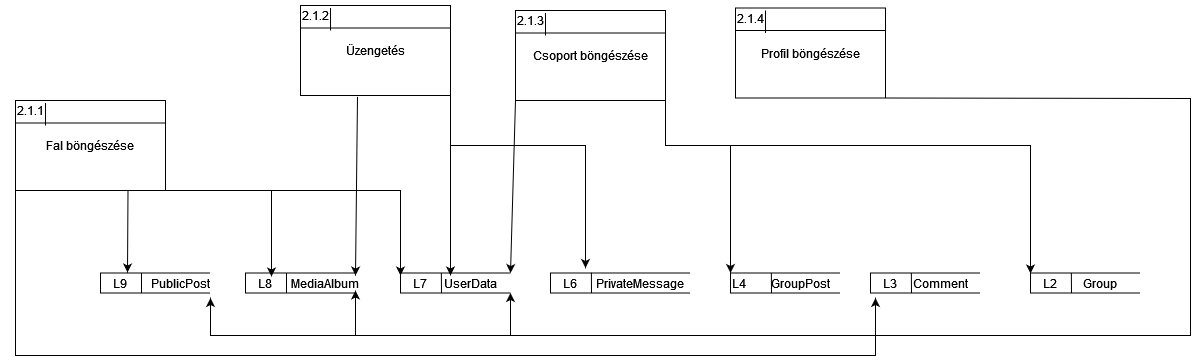
AasinR/post-request keeps this draw.io diagram as documentation/diagrams/adatfolyam 3 L.drawio.png. Above is the earlier version. Source tidied: cells renumbered, new cells last; positions are measured from the earlier drawing's top-left corner, leaving out a move shared by most shapes.
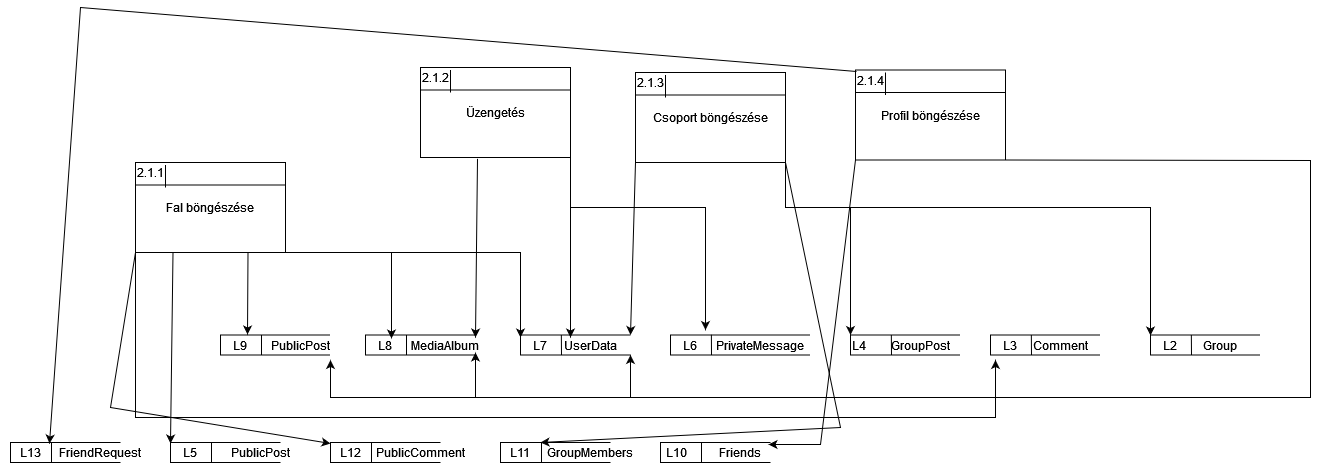
Later version of the same file.

Change to the diagram source:
```diff
@@ -5,11 +5,11 @@
     <mxCell id="2" style="strokeWidth=1;html=1;shape=mxgraph.flowchart.annotation_1;align=left;fillColor=#FFFFFF;" parent="1" vertex="1">
       <mxGeometry x="550" y="272.5" width="140" height="20" as="geometry" />
     </mxCell>
-    <mxCell id="3" style="endArrow=none;html=1;rounded=0;entryX=0.292;entryY=-0.017;entryDx=0;entryDy=0;entryPerimeter=0;" parent="1" edge="1" target="2">
-      <mxGeometry relative="1" as="geometry">
-        <mxPoint x="591" y="292.5" as="sourcePoint" />
-      </mxGeometry>
-    </mxCell>
+    <mxCell id="58" style="endArrow=none;html=1;rounded=0;entryX=0.292;entryY=-0.017;entryDx=0;entryDy=0;entryPerimeter=0;" parent="1" edge="1" target="2">
+      <mxGeometry relative="1" as="geometry">
+        <mxPoint x="591" y="292.5" as="sourcePoint" />
+      </mxGeometry>
+    </mxCell>
     <mxCell id="4" value="L6" style="text;html=1;strokeColor=none;fillColor=none;align=center;verticalAlign=middle;whiteSpace=wrap;rounded=0;" parent="1" vertex="1">
       <mxGeometry x="540" y="267.5" width="60" height="30" as="geometry" />
     </mxCell>
@@ -19,11 +19,11 @@
     <mxCell id="6" style="strokeWidth=1;html=1;shape=mxgraph.flowchart.annotation_1;align=left;fillColor=#FFFFFF;" parent="1" vertex="1">
       <mxGeometry x="400" y="272.5" width="110" height="20" as="geometry" />
     </mxCell>
-    <mxCell id="7" style="endArrow=none;html=1;rounded=0;entryX=0.014;entryY=0.163;entryDx=0;entryDy=0;entryPerimeter=0;" parent="1" edge="1" target="9">
-      <mxGeometry relative="1" as="geometry">
-        <mxPoint x="441" y="292.5" as="sourcePoint" />
-      </mxGeometry>
-    </mxCell>
+    <mxCell id="59" style="endArrow=none;html=1;rounded=0;entryX=0.014;entryY=0.163;entryDx=0;entryDy=0;entryPerimeter=0;" parent="1" edge="1" target="9">
+      <mxGeometry relative="1" as="geometry">
+        <mxPoint x="441" y="292.5" as="sourcePoint" />
+      </mxGeometry>
+    </mxCell>
     <mxCell id="8" value="L7" style="text;html=1;strokeColor=none;fillColor=none;align=center;verticalAlign=middle;whiteSpace=wrap;rounded=0;" parent="1" vertex="1">
       <mxGeometry x="390" y="267.5" width="60" height="30" as="geometry" />
     </mxCell>
@@ -33,12 +33,12 @@
     <mxCell id="10" style="strokeWidth=1;html=1;shape=mxgraph.flowchart.annotation_1;align=left;fillColor=#FFFFFF;" parent="1" vertex="1">
       <mxGeometry x="245" y="272.5" width="110" height="20" as="geometry" />
     </mxCell>
-    <mxCell id="11" style="endArrow=none;html=1;rounded=0;" parent="1" edge="1">
-      <mxGeometry relative="1" as="geometry">
-        <mxPoint x="286" y="292.5" as="sourcePoint" />
-        <mxPoint x="286" y="272.5" as="targetPoint" />
-      </mxGeometry>
-    </mxCell>
+    <mxCell id="60" style="endArrow=none;html=1;rounded=0;" parent="1" edge="1">
+      <mxGeometry relative="1" as="geometry">
+        <mxPoint x="286" y="292.5" as="sourcePoint" />
+        <mxPoint x="286" y="272.5" as="targetPoint" />
+      </mxGeometry>
+    </mxCell>
     <mxCell id="12" value="L8" style="text;html=1;strokeColor=none;fillColor=none;align=center;verticalAlign=middle;whiteSpace=wrap;rounded=0;" parent="1" vertex="1">
       <mxGeometry x="235" y="267.5" width="60" height="30" as="geometry" />
     </mxCell>
@@ -48,12 +48,12 @@
     <mxCell id="14" style="strokeWidth=1;html=1;shape=mxgraph.flowchart.annotation_1;align=left;fillColor=#FFFFFF;" parent="1" vertex="1">
       <mxGeometry x="100" y="272.5" width="110" height="20" as="geometry" />
     </mxCell>
-    <mxCell id="15" style="endArrow=none;html=1;rounded=0;" parent="1" edge="1">
-      <mxGeometry relative="1" as="geometry">
-        <mxPoint x="141" y="292.5" as="sourcePoint" />
-        <mxPoint x="141" y="272.5" as="targetPoint" />
-      </mxGeometry>
-    </mxCell>
+    <mxCell id="61" style="endArrow=none;html=1;rounded=0;" parent="1" edge="1">
+      <mxGeometry relative="1" as="geometry">
+        <mxPoint x="141" y="292.5" as="sourcePoint" />
+        <mxPoint x="141" y="272.5" as="targetPoint" />
+      </mxGeometry>
+    </mxCell>
     <mxCell id="16" value="L9" style="text;html=1;strokeColor=none;fillColor=none;align=center;verticalAlign=middle;whiteSpace=wrap;rounded=0;" parent="1" vertex="1">
       <mxGeometry x="90" y="267.5" width="60" height="30" as="geometry" />
     </mxCell>
@@ -63,11 +63,11 @@
     <mxCell id="18" style="strokeWidth=1;html=1;shape=mxgraph.flowchart.annotation_1;align=left;fillColor=#FFFFFF;" parent="1" vertex="1">
       <mxGeometry x="1030" y="272.5" width="110" height="20" as="geometry" />
     </mxCell>
-    <mxCell id="19" style="endArrow=none;html=1;rounded=0;entryX=0.014;entryY=0.163;entryDx=0;entryDy=0;entryPerimeter=0;" parent="1" edge="1" target="21">
-      <mxGeometry relative="1" as="geometry">
-        <mxPoint x="1071" y="292.5" as="sourcePoint" />
-      </mxGeometry>
-    </mxCell>
+    <mxCell id="62" style="endArrow=none;html=1;rounded=0;entryX=0.014;entryY=0.163;entryDx=0;entryDy=0;entryPerimeter=0;" parent="1" edge="1" target="21">
+      <mxGeometry relative="1" as="geometry">
+        <mxPoint x="1071" y="292.5" as="sourcePoint" />
+      </mxGeometry>
+    </mxCell>
     <mxCell id="20" value="L2" style="text;html=1;strokeColor=none;fillColor=none;align=center;verticalAlign=middle;whiteSpace=wrap;rounded=0;" parent="1" vertex="1">
       <mxGeometry x="1020" y="267.5" width="60" height="30" as="geometry" />
     </mxCell>
@@ -77,11 +77,11 @@
     <mxCell id="22" style="strokeWidth=1;html=1;shape=mxgraph.flowchart.annotation_1;align=left;fillColor=#FFFFFF;" parent="1" vertex="1">
       <mxGeometry x="870" y="272.5" width="110" height="20" as="geometry" />
     </mxCell>
-    <mxCell id="23" style="endArrow=none;html=1;rounded=0;entryX=0.014;entryY=0.163;entryDx=0;entryDy=0;entryPerimeter=0;" parent="1" edge="1" target="25">
-      <mxGeometry relative="1" as="geometry">
-        <mxPoint x="911" y="292.5" as="sourcePoint" />
-      </mxGeometry>
-    </mxCell>
+    <mxCell id="63" style="endArrow=none;html=1;rounded=0;entryX=0.014;entryY=0.163;entryDx=0;entryDy=0;entryPerimeter=0;" parent="1" edge="1" target="25">
+      <mxGeometry relative="1" as="geometry">
+        <mxPoint x="911" y="292.5" as="sourcePoint" />
+      </mxGeometry>
+    </mxCell>
     <mxCell id="24" value="L3" style="text;html=1;strokeColor=none;fillColor=none;align=center;verticalAlign=middle;whiteSpace=wrap;rounded=0;" parent="1" vertex="1">
       <mxGeometry x="860" y="267.5" width="60" height="30" as="geometry" />
     </mxCell>
@@ -91,11 +91,11 @@
     <mxCell id="26" value="L4" style="strokeWidth=1;html=1;shape=mxgraph.flowchart.annotation_1;align=left;fillColor=#FFFFFF;" parent="1" vertex="1">
       <mxGeometry x="730" y="272.5" width="110" height="20" as="geometry" />
     </mxCell>
-    <mxCell id="27" style="endArrow=none;html=1;rounded=0;entryX=0.014;entryY=0.163;entryDx=0;entryDy=0;entryPerimeter=0;" parent="1" edge="1" target="28">
-      <mxGeometry relative="1" as="geometry">
-        <mxPoint x="771" y="292.5" as="sourcePoint" />
-      </mxGeometry>
-    </mxCell>
+    <mxCell id="64" style="endArrow=none;html=1;rounded=0;entryX=0.014;entryY=0.163;entryDx=0;entryDy=0;entryPerimeter=0;" parent="1" edge="1" target="28">
+      <mxGeometry relative="1" as="geometry">
+        <mxPoint x="771" y="292.5" as="sourcePoint" />
+      </mxGeometry>
+    </mxCell>
     <mxCell id="28" value="GroupPost" style="text;html=1;strokeColor=none;fillColor=none;align=center;verticalAlign=middle;whiteSpace=wrap;rounded=0;" parent="1" vertex="1">
       <mxGeometry x="770" y="267.5" width="60" height="30" as="geometry" />
     </mxCell>
@@ -108,25 +108,25 @@
     <mxCell id="31" style="endArrow=none;html=1;rounded=0;entryX=1;entryY=0.25;entryDx=0;entryDy=0;exitX=0;exitY=0.25;exitDx=0;exitDy=0;" parent="1" edge="1" source="29" target="29">
       <mxGeometry relative="1" as="geometry" />
     </mxCell>
-    <mxCell id="32" style="endArrow=none;html=1;rounded=0;entryX=0;entryY=0.25;entryDx=0;entryDy=0;exitX=0;exitY=1;exitDx=0;exitDy=0;" parent="1" edge="1">
-      <mxGeometry relative="1" as="geometry">
-        <mxPoint x="45" y="125" as="sourcePoint" />
-        <mxPoint x="45" y="102.5" as="targetPoint" />
-      </mxGeometry>
-    </mxCell>
-    <mxCell id="33" style="endArrow=classic;html=1;rounded=0;exitX=0.75;exitY=1;exitDx=0;exitDy=0;" parent="1" edge="1" source="29">
-      <mxGeometry relative="1" as="geometry">
-        <mxPoint x="127" y="272" as="targetPoint" />
-      </mxGeometry>
-    </mxCell>
-    <mxCell id="34" style="endArrow=classic;html=1;rounded=0;exitX=1;exitY=1;exitDx=0;exitDy=0;" parent="1" edge="1" source="29">
-      <mxGeometry relative="1" as="geometry">
-        <mxPoint x="400" y="275" as="targetPoint" />
-        <Array as="points">
-          <mxPoint x="400" y="190" />
-        </Array>
-      </mxGeometry>
-    </mxCell>
+    <mxCell id="65" style="endArrow=none;html=1;rounded=0;entryX=0;entryY=0.25;entryDx=0;entryDy=0;exitX=0;exitY=1;exitDx=0;exitDy=0;" parent="1" edge="1">
+      <mxGeometry relative="1" as="geometry">
+        <mxPoint x="45" y="125" as="sourcePoint" />
+        <mxPoint x="45" y="102.5" as="targetPoint" />
+      </mxGeometry>
+    </mxCell>
+    <mxCell id="66" style="endArrow=classic;html=1;rounded=0;exitX=0.75;exitY=1;exitDx=0;exitDy=0;" parent="1" edge="1" source="29">
+      <mxGeometry relative="1" as="geometry">
+        <mxPoint x="127" y="272" as="targetPoint" />
+      </mxGeometry>
+    </mxCell>
+    <mxCell id="67" style="endArrow=classic;html=1;rounded=0;exitX=1;exitY=1;exitDx=0;exitDy=0;" parent="1" edge="1" source="29">
+      <mxGeometry relative="1" as="geometry">
+        <mxPoint x="400" y="275" as="targetPoint" />
+        <Array as="points">
+          <mxPoint x="400" y="190" />
+        </Array>
+      </mxGeometry>
+    </mxCell>
     <mxCell id="35" value="Üzengetés" style="rounded=0;whiteSpace=wrap;html=1;fillColor=default;" parent="1" vertex="1">
       <mxGeometry x="300" y="5" width="150" height="90" as="geometry" />
     </mxCell>
@@ -136,17 +136,17 @@
     <mxCell id="37" style="endArrow=none;html=1;rounded=0;entryX=1;entryY=0.25;entryDx=0;entryDy=0;exitX=0;exitY=0.25;exitDx=0;exitDy=0;" parent="1" edge="1" source="35" target="35">
       <mxGeometry relative="1" as="geometry" />
     </mxCell>
-    <mxCell id="38" style="endArrow=none;html=1;rounded=0;entryX=0;entryY=0.25;entryDx=0;entryDy=0;exitX=0;exitY=1;exitDx=0;exitDy=0;" parent="1" edge="1">
-      <mxGeometry relative="1" as="geometry">
-        <mxPoint x="330" y="30" as="sourcePoint" />
-        <mxPoint x="330" y="7.5" as="targetPoint" />
-      </mxGeometry>
-    </mxCell>
-    <mxCell id="39" style="endArrow=classic;html=1;rounded=0;exitX=1;exitY=1;exitDx=0;exitDy=0;" parent="1" edge="1" source="35">
-      <mxGeometry relative="1" as="geometry">
-        <mxPoint x="450" y="275" as="targetPoint" />
-      </mxGeometry>
-    </mxCell>
+    <mxCell id="68" style="endArrow=none;html=1;rounded=0;entryX=0;entryY=0.25;entryDx=0;entryDy=0;exitX=0;exitY=1;exitDx=0;exitDy=0;" parent="1" edge="1">
+      <mxGeometry relative="1" as="geometry">
+        <mxPoint x="330" y="30" as="sourcePoint" />
+        <mxPoint x="330" y="7.5" as="targetPoint" />
+      </mxGeometry>
+    </mxCell>
+    <mxCell id="69" style="endArrow=classic;html=1;rounded=0;exitX=1;exitY=1;exitDx=0;exitDy=0;" parent="1" edge="1" source="35">
+      <mxGeometry relative="1" as="geometry">
+        <mxPoint x="450" y="275" as="targetPoint" />
+      </mxGeometry>
+    </mxCell>
     <mxCell id="40" style="endArrow=classic;html=1;rounded=0;entryX=0.75;entryY=0;entryDx=0;entryDy=0;exitX=1;exitY=1;exitDx=0;exitDy=0;" parent="1" edge="1" source="35" target="4">
       <mxGeometry relative="1" as="geometry">
         <Array as="points">
@@ -167,12 +167,12 @@
     <mxCell id="44" style="endArrow=none;html=1;rounded=0;entryX=1;entryY=0.25;entryDx=0;entryDy=0;exitX=0;exitY=0.25;exitDx=0;exitDy=0;" parent="1" edge="1" source="42" target="42">
       <mxGeometry relative="1" as="geometry" />
     </mxCell>
-    <mxCell id="45" style="endArrow=none;html=1;rounded=0;entryX=0;entryY=0.25;entryDx=0;entryDy=0;exitX=0;exitY=1;exitDx=0;exitDy=0;" parent="1" edge="1">
-      <mxGeometry relative="1" as="geometry">
-        <mxPoint x="545" y="35" as="sourcePoint" />
-        <mxPoint x="545" y="12.5" as="targetPoint" />
-      </mxGeometry>
-    </mxCell>
+    <mxCell id="70" style="endArrow=none;html=1;rounded=0;entryX=0;entryY=0.25;entryDx=0;entryDy=0;exitX=0;exitY=1;exitDx=0;exitDy=0;" parent="1" edge="1">
+      <mxGeometry relative="1" as="geometry">
+        <mxPoint x="545" y="35" as="sourcePoint" />
+        <mxPoint x="545" y="12.5" as="targetPoint" />
+      </mxGeometry>
+    </mxCell>
     <mxCell id="46" style="endArrow=classic;html=1;rounded=0;entryX=1;entryY=0;entryDx=0;entryDy=0;entryPerimeter=0;exitX=0;exitY=1;exitDx=0;exitDy=0;" parent="1" edge="1" source="42" target="6">
       <mxGeometry relative="1" as="geometry" />
     </mxCell>
@@ -201,17 +201,17 @@
     <mxCell id="51" style="endArrow=none;html=1;rounded=0;entryX=1;entryY=0.25;entryDx=0;entryDy=0;exitX=0;exitY=0.25;exitDx=0;exitDy=0;" parent="1" edge="1" source="49" target="49">
       <mxGeometry relative="1" as="geometry" />
     </mxCell>
-    <mxCell id="52" style="endArrow=none;html=1;rounded=0;entryX=0;entryY=0.25;entryDx=0;entryDy=0;exitX=0;exitY=1;exitDx=0;exitDy=0;" parent="1" edge="1">
-      <mxGeometry relative="1" as="geometry">
-        <mxPoint x="765" y="32.5" as="sourcePoint" />
-        <mxPoint x="765" y="10" as="targetPoint" />
-      </mxGeometry>
-    </mxCell>
-    <mxCell id="53" style="endArrow=classic;html=1;rounded=0;entryX=1;entryY=1;entryDx=0;entryDy=0;entryPerimeter=0;" parent="1" edge="1" target="6">
-      <mxGeometry relative="1" as="geometry">
-        <mxPoint x="510" y="335" as="sourcePoint" />
-      </mxGeometry>
-    </mxCell>
+    <mxCell id="71" style="endArrow=none;html=1;rounded=0;entryX=0;entryY=0.25;entryDx=0;entryDy=0;exitX=0;exitY=1;exitDx=0;exitDy=0;" parent="1" edge="1">
+      <mxGeometry relative="1" as="geometry">
+        <mxPoint x="765" y="32.5" as="sourcePoint" />
+        <mxPoint x="765" y="10" as="targetPoint" />
+      </mxGeometry>
+    </mxCell>
+    <mxCell id="72" style="endArrow=classic;html=1;rounded=0;entryX=1;entryY=1;entryDx=0;entryDy=0;entryPerimeter=0;" parent="1" edge="1" target="6">
+      <mxGeometry relative="1" as="geometry">
+        <mxPoint x="510" y="335" as="sourcePoint" />
+      </mxGeometry>
+    </mxCell>
     <mxCell id="54" style="endArrow=classic;html=1;rounded=0;entryX=1;entryY=1;entryDx=0;entryDy=0;exitX=1;exitY=1;exitDx=0;exitDy=0;" parent="1" edge="1" source="49" target="17">
       <mxGeometry relative="1" as="geometry">
         <Array as="points">
@@ -221,25 +221,138 @@
         </Array>
       </mxGeometry>
     </mxCell>
-    <mxCell id="55" style="endArrow=classic;html=1;rounded=0;entryX=1;entryY=0.75;entryDx=0;entryDy=0;" parent="1" edge="1" target="13">
-      <mxGeometry relative="1" as="geometry">
-        <mxPoint x="355" y="335" as="sourcePoint" />
-      </mxGeometry>
-    </mxCell>
-    <mxCell id="56" style="endArrow=classic;html=1;rounded=0;" parent="1" edge="1">
-      <mxGeometry relative="1" as="geometry">
-        <mxPoint x="271" y="190" as="sourcePoint" />
-        <mxPoint x="271" y="276" as="targetPoint" />
-      </mxGeometry>
-    </mxCell>
-    <mxCell id="57" style="endArrow=classic;html=1;rounded=0;" parent="1" edge="1">
-      <mxGeometry relative="1" as="geometry">
-        <mxPoint x="730" y="145" as="sourcePoint" />
-        <mxPoint x="1030" y="273" as="targetPoint" />
-        <Array as="points">
-          <mxPoint x="1030" y="145" />
-        </Array>
-      </mxGeometry>
-    </mxCell>
+    <mxCell id="73" style="endArrow=classic;html=1;rounded=0;entryX=1;entryY=0.75;entryDx=0;entryDy=0;" parent="1" edge="1" target="13">
+      <mxGeometry relative="1" as="geometry">
+        <mxPoint x="355" y="335" as="sourcePoint" />
+      </mxGeometry>
+    </mxCell>
+    <mxCell id="74" style="endArrow=classic;html=1;rounded=0;" parent="1" edge="1">
+      <mxGeometry relative="1" as="geometry">
+        <mxPoint x="271" y="190" as="sourcePoint" />
+        <mxPoint x="271" y="276" as="targetPoint" />
+      </mxGeometry>
+    </mxCell>
+    <mxCell id="75" style="endArrow=classic;html=1;rounded=0;" parent="1" edge="1">
+      <mxGeometry relative="1" as="geometry">
+        <mxPoint x="730" y="145" as="sourcePoint" />
+        <mxPoint x="1030" y="273" as="targetPoint" />
+        <Array as="points">
+          <mxPoint x="1030" y="145" />
+        </Array>
+      </mxGeometry>
+    </mxCell>
+    <mxCell id="76" style="strokeWidth=1;html=1;shape=mxgraph.flowchart.annotation_1;align=left;fillColor=#FFFFFF;" parent="1" vertex="1">
+      <mxGeometry x="540" y="380" width="110" height="20" as="geometry" />
+    </mxCell>
+    <mxCell id="77" style="endArrow=none;html=1;rounded=0;" parent="1" edge="1">
+      <mxGeometry relative="1" as="geometry">
+        <mxPoint x="581" y="400" as="sourcePoint" />
+        <mxPoint x="581" y="380" as="targetPoint" />
+      </mxGeometry>
+    </mxCell>
+    <mxCell id="78" value="L10&lt;span style=&quot;white-space: pre&quot;&gt;&#9;&lt;/span&gt;" style="text;html=1;strokeColor=none;fillColor=none;align=center;verticalAlign=middle;whiteSpace=wrap;rounded=0;" parent="1" vertex="1">
+      <mxGeometry x="540" y="375" width="60" height="30" as="geometry" />
+    </mxCell>
+    <mxCell id="79" value="Friends" style="text;html=1;strokeColor=none;fillColor=none;align=center;verticalAlign=middle;whiteSpace=wrap;rounded=0;" parent="1" vertex="1">
+      <mxGeometry x="590" y="375" width="60" height="30" as="geometry" />
+    </mxCell>
+    <mxCell id="80" style="strokeWidth=1;html=1;shape=mxgraph.flowchart.annotation_1;align=left;fillColor=#FFFFFF;" parent="1" vertex="1">
+      <mxGeometry x="380" y="380" width="110" height="20" as="geometry" />
+    </mxCell>
+    <mxCell id="81" style="endArrow=none;html=1;rounded=0;" parent="1" edge="1">
+      <mxGeometry relative="1" as="geometry">
+        <mxPoint x="421" y="400" as="sourcePoint" />
+        <mxPoint x="421" y="380" as="targetPoint" />
+      </mxGeometry>
+    </mxCell>
+    <mxCell id="82" value="L11" style="text;html=1;strokeColor=none;fillColor=none;align=center;verticalAlign=middle;whiteSpace=wrap;rounded=0;" parent="1" vertex="1">
+      <mxGeometry x="370" y="375" width="60" height="30" as="geometry" />
+    </mxCell>
+    <mxCell id="83" value="GroupMembers" style="text;html=1;strokeColor=none;fillColor=none;align=center;verticalAlign=middle;whiteSpace=wrap;rounded=0;" parent="1" vertex="1">
+      <mxGeometry x="440" y="375" width="60" height="30" as="geometry" />
+    </mxCell>
+    <mxCell id="84" style="strokeWidth=1;html=1;shape=mxgraph.flowchart.annotation_1;align=left;fillColor=#FFFFFF;" parent="1" vertex="1">
+      <mxGeometry x="210" y="380" width="110" height="20" as="geometry" />
+    </mxCell>
+    <mxCell id="85" style="endArrow=none;html=1;rounded=0;" parent="1" edge="1">
+      <mxGeometry relative="1" as="geometry">
+        <mxPoint x="251" y="400" as="sourcePoint" />
+        <mxPoint x="251" y="380" as="targetPoint" />
+      </mxGeometry>
+    </mxCell>
+    <mxCell id="86" value="L12" style="text;html=1;strokeColor=none;fillColor=none;align=center;verticalAlign=middle;whiteSpace=wrap;rounded=0;" parent="1" vertex="1">
+      <mxGeometry x="200" y="375" width="60" height="30" as="geometry" />
+    </mxCell>
+    <mxCell id="87" value="PublicComment" style="text;html=1;strokeColor=none;fillColor=none;align=center;verticalAlign=middle;whiteSpace=wrap;rounded=0;" parent="1" vertex="1">
+      <mxGeometry x="270" y="375" width="60" height="30" as="geometry" />
+    </mxCell>
+    <mxCell id="88" style="strokeWidth=1;html=1;shape=mxgraph.flowchart.annotation_1;align=left;fillColor=#FFFFFF;" parent="1" vertex="1">
+      <mxGeometry x="-110" y="380" width="110" height="20" as="geometry" />
+    </mxCell>
+    <mxCell id="89" style="endArrow=none;html=1;rounded=0;" parent="1" edge="1">
+      <mxGeometry relative="1" as="geometry">
+        <mxPoint x="-69" y="400" as="sourcePoint" />
+        <mxPoint x="-69" y="380" as="targetPoint" />
+      </mxGeometry>
+    </mxCell>
+    <mxCell id="90" value="L13" style="text;html=1;strokeColor=none;fillColor=none;align=center;verticalAlign=middle;whiteSpace=wrap;rounded=0;" parent="1" vertex="1">
+      <mxGeometry x="-120" y="375" width="60" height="30" as="geometry" />
+    </mxCell>
+    <mxCell id="91" value="FriendRequest" style="text;html=1;strokeColor=none;fillColor=none;align=center;verticalAlign=middle;whiteSpace=wrap;rounded=0;" parent="1" vertex="1">
+      <mxGeometry x="-50" y="375" width="60" height="30" as="geometry" />
+    </mxCell>
+    <mxCell id="92" style="strokeWidth=1;html=1;shape=mxgraph.flowchart.annotation_1;align=left;fillColor=#FFFFFF;" parent="1" vertex="1">
+      <mxGeometry x="50" y="380" width="110" height="20" as="geometry" />
+    </mxCell>
+    <mxCell id="93" style="endArrow=none;html=1;rounded=0;" parent="1" edge="1">
+      <mxGeometry relative="1" as="geometry">
+        <mxPoint x="91" y="400" as="sourcePoint" />
+        <mxPoint x="91" y="380" as="targetPoint" />
+      </mxGeometry>
+    </mxCell>
+    <mxCell id="94" value="L5" style="text;html=1;strokeColor=none;fillColor=none;align=center;verticalAlign=middle;whiteSpace=wrap;rounded=0;" parent="1" vertex="1">
+      <mxGeometry x="40" y="375" width="60" height="30" as="geometry" />
+    </mxCell>
+    <mxCell id="95" value="PublicPost" style="text;html=1;strokeColor=none;fillColor=none;align=center;verticalAlign=middle;whiteSpace=wrap;rounded=0;" parent="1" vertex="1">
+      <mxGeometry x="110" y="375" width="60" height="30" as="geometry" />
+    </mxCell>
+    <mxCell id="96" style="endArrow=classic;html=1;rounded=0;exitX=1;exitY=1;exitDx=0;exitDy=0;" parent="1" edge="1" source="42">
+      <mxGeometry relative="1" as="geometry">
+        <mxPoint x="420" y="380" as="targetPoint" />
+        <Array as="points">
+          <mxPoint x="720" y="365" />
+        </Array>
+      </mxGeometry>
+    </mxCell>
+    <mxCell id="97" style="endArrow=classic;html=1;rounded=0;exitX=0;exitY=1;exitDx=0;exitDy=0;" parent="1" edge="1" source="29">
+      <mxGeometry relative="1" as="geometry">
+        <mxPoint x="210" y="381" as="targetPoint" />
+        <Array as="points">
+          <mxPoint x="-10" y="345" />
+        </Array>
+      </mxGeometry>
+    </mxCell>
+    <mxCell id="98" style="endArrow=classic;html=1;rounded=0;exitX=0.25;exitY=1;exitDx=0;exitDy=0;" parent="1" edge="1" source="29">
+      <mxGeometry relative="1" as="geometry">
+        <mxPoint x="50" y="381" as="targetPoint" />
+      </mxGeometry>
+    </mxCell>
+    <mxCell id="99" style="endArrow=classic;html=1;rounded=0;" parent="1" edge="1">
+      <mxGeometry relative="1" as="geometry">
+        <mxPoint x="736" y="9" as="sourcePoint" />
+        <mxPoint x="-71" y="381" as="targetPoint" />
+        <Array as="points">
+          <mxPoint x="-40" y="-55" />
+        </Array>
+      </mxGeometry>
+    </mxCell>
+    <mxCell id="100" style="endArrow=classic;html=1;rounded=0;exitX=0;exitY=1;exitDx=0;exitDy=0;" parent="1" edge="1" source="49">
+      <mxGeometry relative="1" as="geometry">
+        <mxPoint x="648" y="382" as="targetPoint" />
+        <Array as="points">
+          <mxPoint x="700" y="382" />
+        </Array>
+      </mxGeometry>
+    </mxCell>
   </root>
 </mxGraphModel>
```
